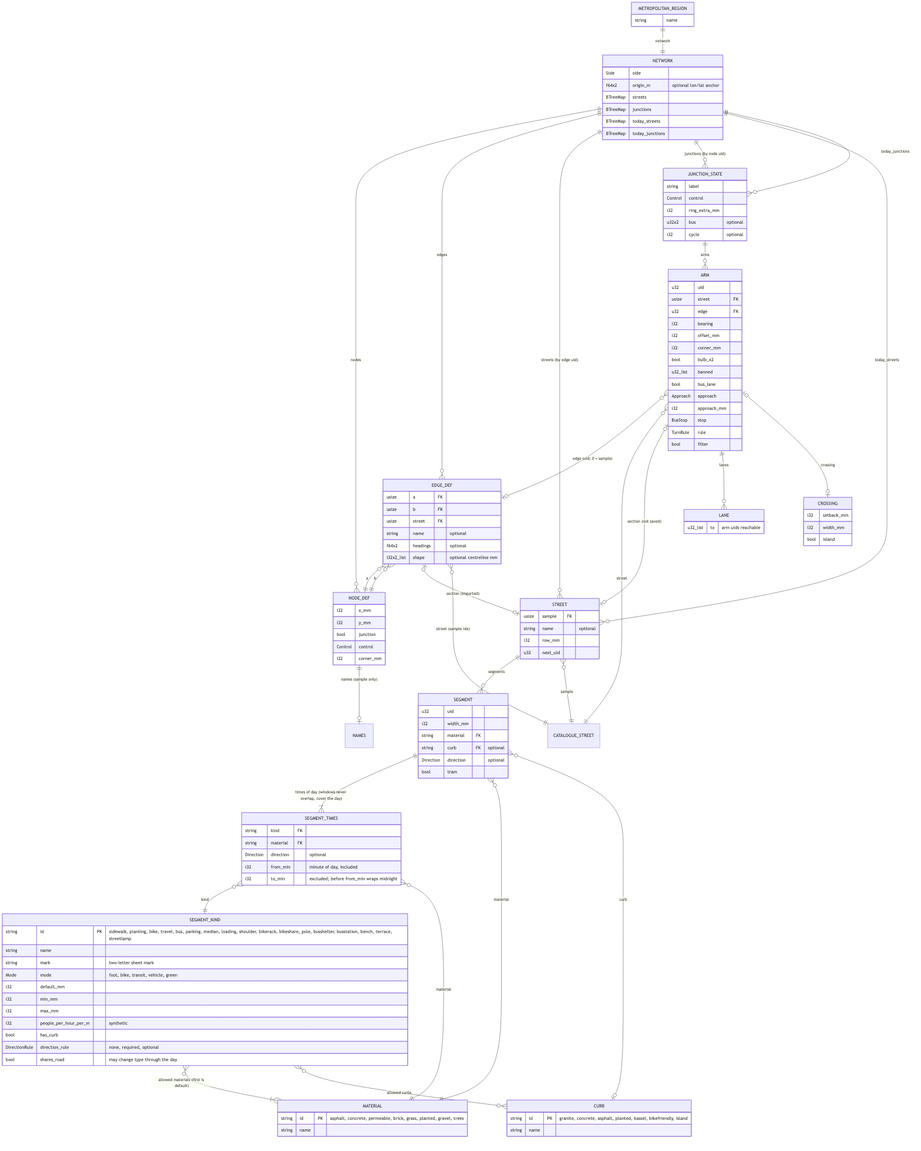
alandovskis/cityloom keeps this Mermaid diagram as docs/erd.png. Above is the earlier version. Its source is kept beside it as docs/erd.mmd.
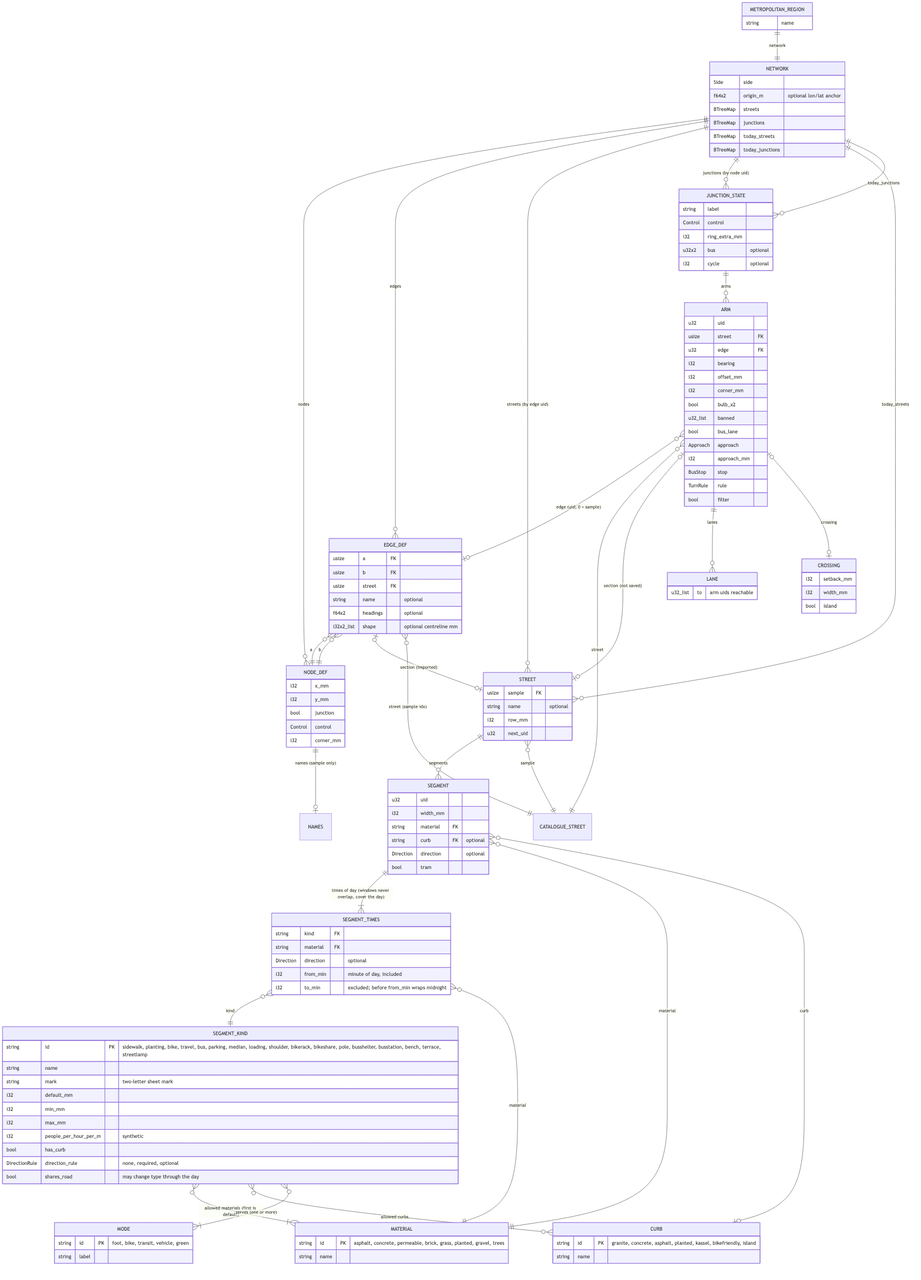
Above is the later version.

Commit message:
docs(erd): a segment kind serves one or more modes

The edit, as a diff of the source:
```diff
@@ -22,6 +22,7 @@
     SEGMENT_TIMES }o--|| MATERIAL : material
     SEGMENT_KIND }o--|{ MATERIAL : "allowed materials (first is default)"
     SEGMENT_KIND }o--o{ CURB : "allowed curbs"
+    SEGMENT_KIND }o--|{ MODE : "serves (one or more)"
 
     JUNCTION_STATE ||--o{ ARM : arms
     ARM }o--o| EDGE_DEF : "edge (uid; 0 = sample)"
@@ -81,7 +82,6 @@
         string id PK "sidewalk, planting, bike, travel, bus, parking, median, loading, shoulder, bikerack, bikeshare, pole, busshelter, busstation, bench, terrace, streetlamp"
         string name
         string mark "two-letter sheet mark"
-        Mode mode "foot, bike, transit, vehicle, green"
         i32 default_mm
         i32 min_mm
         i32 max_mm
@@ -89,6 +89,10 @@
         bool has_curb
         DirectionRule direction_rule "none, required, optional"
         bool shares_road "may change type through the day"
+    }
+    MODE {
+        string id PK "foot, bike, transit, vehicle, green"
+        string label
     }
     MATERIAL {
         string id PK "asphalt, concrete, permeable, brick, grass, planted, gravel, trees"
```
